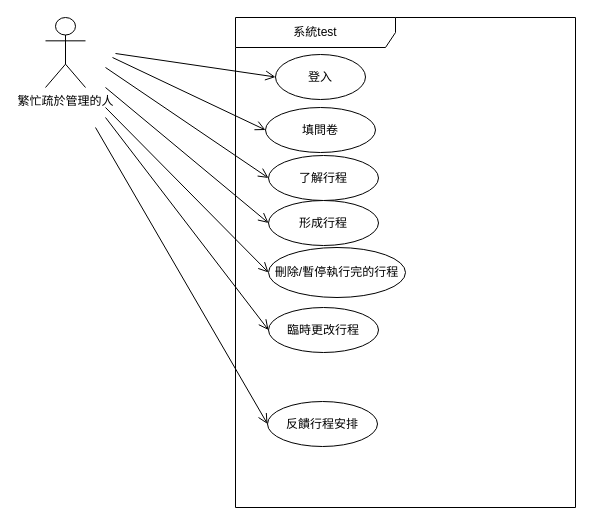
Above: 顧客關係圖.drawio in Kevincheng0804/Graduation-Topic (draw.io), before the change. Source tidied: cells renumbered, new cells numbered last; positions are measured from the earlier drawing's top-left corner, leaving out a move shared by most shapes. Both pictures are drawn from the tidied source at 100%, with x=0, y=0 at pixel (45, 17).
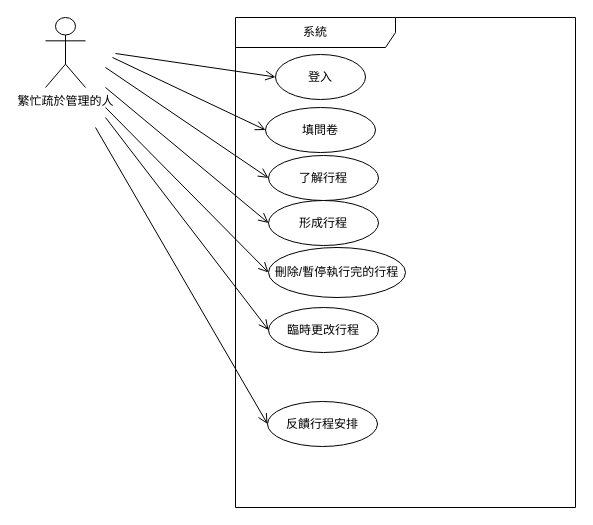
Above is the later version.

What changed in the source:
```diff
@@
-    <mxCell id="2" value="系統test" style="shape=umlFrame;whiteSpace=wrap;html=1;width=160;" parent="1" vertex="1">
+    <mxCell id="2" value="系統" style="shape=umlFrame;whiteSpace=wrap;html=1;width=160;" parent="1" vertex="1">
       <mxGeometry x="190" width="340" height="490" as="geometry" />
     </mxCell>
```
